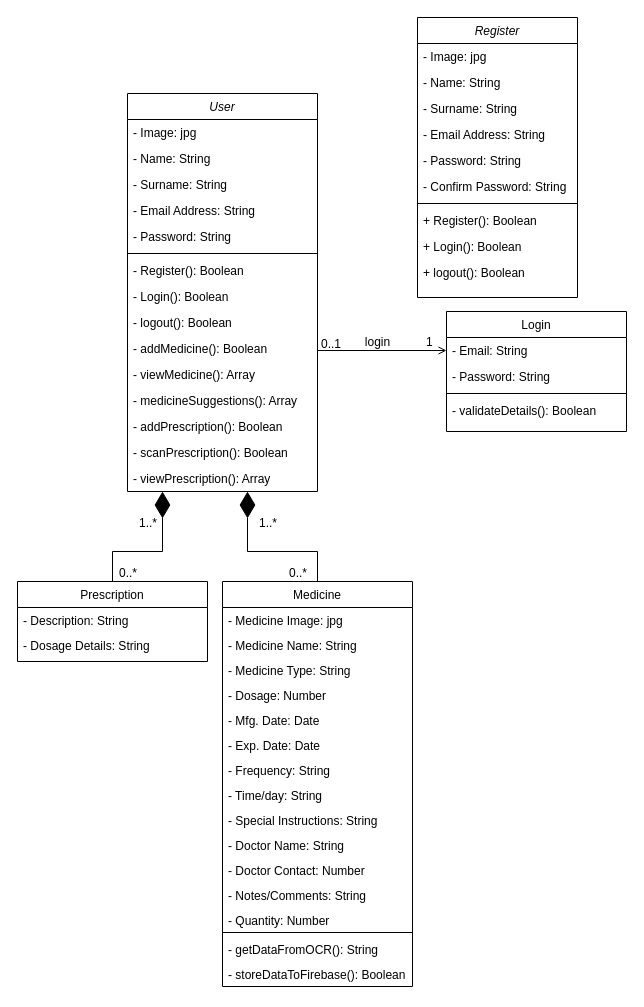
Before: Class_Diagram.drawio in SJPatel123/CP-III, a draw.io diagram. Source tidied: cells renumbered, new cells numbered last; positions are measured from the earlier drawing's top-left corner, leaving out a move shared by most shapes. Both pictures are drawn from the tidied source at 100%, with x=0, y=0 at pixel (17, 17).
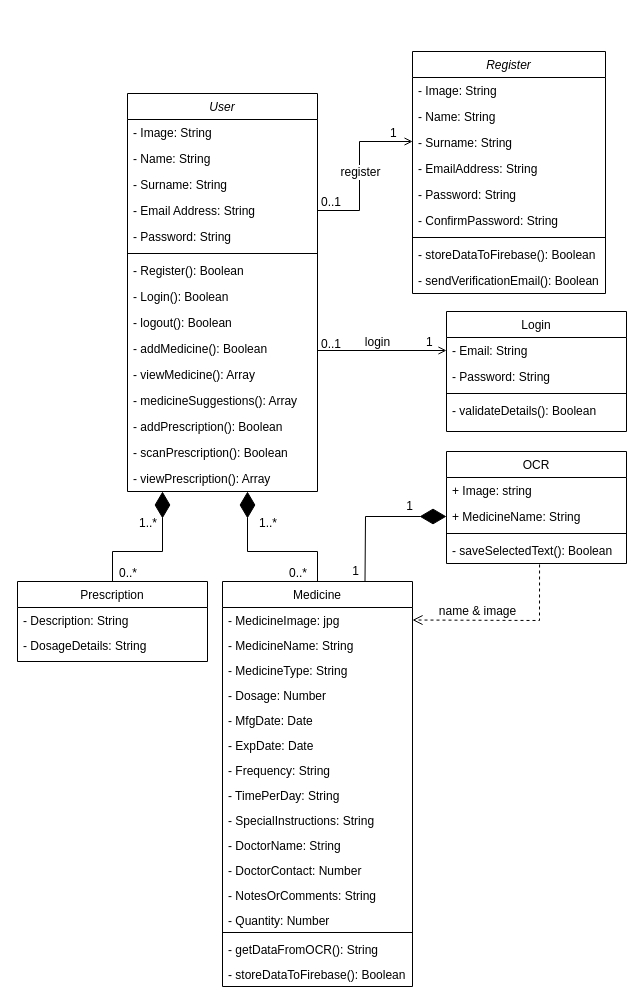
After the change.

Unchanged cells that the change refers to:
```xml
<mxCell id="2" value="User" style="swimlane;fontStyle=2;align=center;verticalAlign=top;horizontal=1;startSize=26;rounded=0;shadow=0;strokeWidth=1;" parent="1" vertex="1">
  <mxGeometry x="110" y="76" width="190" height="398" as="geometry" />
</mxCell>
<mxCell id="6" value="- Email Address: String" style="text;align=left;verticalAlign=top;spacingLeft=4;spacingRight=4;overflow=hidden;points=[[0,0.5],[1,0.5]];portConstraint=eastwest;rounded=0;shadow=0;html=0;" parent="2" vertex="1">
  <mxGeometry y="104" width="190" height="26" as="geometry" />
</mxCell>
<mxCell id="18" value="Medicine" style="swimlane;fontStyle=0;align=center;verticalAlign=top;horizontal=1;startSize=26;rounded=0;shadow=0;strokeWidth=1;" parent="1" vertex="1">
  <mxGeometry x="205" y="564" width="190" height="405" as="geometry" />
</mxCell>
<mxCell id="35" value="Prescription" style="swimlane;fontStyle=0;align=center;verticalAlign=top;horizontal=1;startSize=26;rounded=0;shadow=0;strokeWidth=1;" parent="1" vertex="1">
  <mxGeometry y="564" width="190" height="80" as="geometry" />
</mxCell>
```

Change to the diagram source:
```diff
@@
-    <mxCell id="3" value="- Image: jpg" style="text;align=left;verticalAlign=top;spacingLeft=4;spacingRight=4;overflow=hidden;" parent="2" vertex="1">
+    <mxCell id="3" value="- Image: String" style="text;align=left;verticalAlign=top;spacingLeft=4;spacingRight=4;overflow=hidden;" parent="2" vertex="1">
       <mxGeometry y="26" width="190" height="26" as="geometry" />
     </mxCell>
@@
-    <mxCell id="19" value="- Medicine Image: jpg" style="text;align=left;verticalAlign=top;spacingLeft=4;spacingRight=4;overflow=hidden;points=[[0,0.5],[1,0.5]];portConstraint=eastwest;" parent="18" vertex="1">
+    <mxCell id="19" value="- MedicineImage: jpg" style="text;align=left;verticalAlign=top;spacingLeft=4;spacingRight=4;overflow=hidden;points=[[0,0.5],[1,0.5]];portConstraint=eastwest;" parent="18" vertex="1">
       <mxGeometry y="26" width="190" height="25" as="geometry" />
     </mxCell>
-    <mxCell id="20" value="- Medicine Name: String" style="text;align=left;verticalAlign=top;spacingLeft=4;spacingRight=4;overflow=hidden;" parent="18" vertex="1">
+    <mxCell id="20" value="- MedicineName: String" style="text;align=left;verticalAlign=top;spacingLeft=4;spacingRight=4;overflow=hidden;" parent="18" vertex="1">
       <mxGeometry y="51" width="190" height="25" as="geometry" />
     </mxCell>
-    <mxCell id="21" value="- Medicine Type: String" style="text;align=left;verticalAlign=top;spacingLeft=4;spacingRight=4;overflow=hidden;" parent="18" vertex="1">
+    <mxCell id="21" value="- MedicineType: String" style="text;align=left;verticalAlign=top;spacingLeft=4;spacingRight=4;overflow=hidden;" parent="18" vertex="1">
       <mxGeometry y="76" width="190" height="25" as="geometry" />
     </mxCell>
@@
-    <mxCell id="23" value="- Mfg. Date: Date" style="text;align=left;verticalAlign=top;spacingLeft=4;spacingRight=4;overflow=hidden;rounded=0;shadow=0;html=0;" parent="18" vertex="1">
+    <mxCell id="23" value="- MfgDate: Date" style="text;align=left;verticalAlign=top;spacingLeft=4;spacingRight=4;overflow=hidden;rounded=0;shadow=0;html=0;" parent="18" vertex="1">
       <mxGeometry y="126" width="190" height="25" as="geometry" />
     </mxCell>
-    <mxCell id="24" value="- Exp. Date: Date" style="text;align=left;verticalAlign=top;spacingLeft=4;spacingRight=4;overflow=hidden;rounded=0;shadow=0;html=0;" parent="18" vertex="1">
+    <mxCell id="24" value="- ExpDate: Date" style="text;align=left;verticalAlign=top;spacingLeft=4;spacingRight=4;overflow=hidden;rounded=0;shadow=0;html=0;" parent="18" vertex="1">
       <mxGeometry y="151" width="190" height="25" as="geometry" />
     </mxCell>
@@
-    <mxCell id="26" value="- Time/day: String" style="text;align=left;verticalAlign=top;spacingLeft=4;spacingRight=4;overflow=hidden;rounded=0;shadow=0;html=0;" parent="18" vertex="1">
+    <mxCell id="26" value="- TimePerDay: String" style="text;align=left;verticalAlign=top;spacingLeft=4;spacingRight=4;overflow=hidden;rounded=0;shadow=0;html=0;" parent="18" vertex="1">
       <mxGeometry y="201" width="190" height="25" as="geometry" />
     </mxCell>
-    <mxCell id="27" value="- Special Instructions: String" style="text;align=left;verticalAlign=top;spacingLeft=4;spacingRight=4;overflow=hidden;rounded=0;shadow=0;html=0;" parent="18" vertex="1">
+    <mxCell id="27" value="- SpecialInstructions: String" style="text;align=left;verticalAlign=top;spacingLeft=4;spacingRight=4;overflow=hidden;rounded=0;shadow=0;html=0;" parent="18" vertex="1">
       <mxGeometry y="226" width="190" height="25" as="geometry" />
     </mxCell>
-    <mxCell id="28" value="- Doctor Name: String" style="text;align=left;verticalAlign=top;spacingLeft=4;spacingRight=4;overflow=hidden;rounded=0;shadow=0;html=0;" parent="18" vertex="1">
+    <mxCell id="28" value="- DoctorName: String" style="text;align=left;verticalAlign=top;spacingLeft=4;spacingRight=4;overflow=hidden;rounded=0;shadow=0;html=0;" parent="18" vertex="1">
       <mxGeometry y="251" width="190" height="25" as="geometry" />
     </mxCell>
-    <mxCell id="29" value="- Doctor Contact: Number" style="text;align=left;verticalAlign=top;spacingLeft=4;spacingRight=4;overflow=hidden;rounded=0;shadow=0;html=0;" parent="18" vertex="1">
+    <mxCell id="29" value="- DoctorContact: Number" style="text;align=left;verticalAlign=top;spacingLeft=4;spacingRight=4;overflow=hidden;rounded=0;shadow=0;html=0;" parent="18" vertex="1">
       <mxGeometry y="276" width="190" height="25" as="geometry" />
     </mxCell>
-    <mxCell id="30" value="- Notes/Comments: String" style="text;align=left;verticalAlign=top;spacingLeft=4;spacingRight=4;overflow=hidden;rounded=0;shadow=0;html=0;" parent="18" vertex="1">
+    <mxCell id="30" value="- NotesOrComments: String" style="text;align=left;verticalAlign=top;spacingLeft=4;spacingRight=4;overflow=hidden;rounded=0;shadow=0;html=0;" parent="18" vertex="1">
       <mxGeometry y="301" width="190" height="25" as="geometry" />
     </mxCell>
@@
-    <mxCell id="37" value="- Dosage Details: String" style="text;align=left;verticalAlign=top;spacingLeft=4;spacingRight=4;overflow=hidden;rounded=0;shadow=0;html=0;" parent="35" vertex="1">
+    <mxCell id="37" value="- DosageDetails: String" style="text;align=left;verticalAlign=top;spacingLeft=4;spacingRight=4;overflow=hidden;rounded=0;shadow=0;html=0;" parent="35" vertex="1">
       <mxGeometry y="51" width="190" height="25" as="geometry" />
     </mxCell>
@@
     <mxCell id="51" value="Register" style="swimlane;fontStyle=2;align=center;verticalAlign=top;horizontal=1;startSize=26;rounded=0;shadow=0;strokeWidth=1;" parent="1" vertex="1">
-      <mxGeometry x="400" width="160" height="280" as="geometry" />
+      <mxGeometry x="395" y="34" width="193" height="242" as="geometry" />
     </mxCell>
-    <mxCell id="52" value="- Image: jpg" style="text;align=left;verticalAlign=top;spacingLeft=4;spacingRight=4;overflow=hidden;" parent="51" vertex="1">
-      <mxGeometry y="26" width="160" height="26" as="geometry" />
+    <mxCell id="52" value="- Image: String" style="text;align=left;verticalAlign=top;spacingLeft=4;spacingRight=4;overflow=hidden;" parent="51" vertex="1">
+      <mxGeometry y="26" width="193" height="26" as="geometry" />
     </mxCell>
     <mxCell id="53" value="- Name: String" style="text;align=left;verticalAlign=top;spacingLeft=4;spacingRight=4;overflow=hidden;" parent="51" vertex="1">
-      <mxGeometry y="52" width="160" height="26" as="geometry" />
+      <mxGeometry y="52" width="193" height="26" as="geometry" />
     </mxCell>
     <mxCell id="54" value="- Surname: String" style="text;align=left;verticalAlign=top;spacingLeft=4;spacingRight=4;overflow=hidden;rounded=0;shadow=0;html=0;" parent="51" vertex="1">
-      <mxGeometry y="78" width="160" height="26" as="geometry" />
+      <mxGeometry y="78" width="193" height="26" as="geometry" />
     </mxCell>
-    <mxCell id="55" value="- Email Address: String" style="text;align=left;verticalAlign=top;spacingLeft=4;spacingRight=4;overflow=hidden;rounded=0;shadow=0;html=0;" parent="51" vertex="1">
-      <mxGeometry y="104" width="160" height="26" as="geometry" />
+    <mxCell id="55" value="- EmailAddress: String" style="text;align=left;verticalAlign=top;spacingLeft=4;spacingRight=4;overflow=hidden;rounded=0;shadow=0;html=0;" parent="51" vertex="1">
+      <mxGeometry y="104" width="193" height="26" as="geometry" />
     </mxCell>
     <mxCell id="56" value="- Password: String" style="text;align=left;verticalAlign=top;spacingLeft=4;spacingRight=4;overflow=hidden;rounded=0;shadow=0;html=0;" parent="51" vertex="1">
-      <mxGeometry y="130" width="160" height="26" as="geometry" />
+      <mxGeometry y="130" width="193" height="26" as="geometry" />
     </mxCell>
-    <mxCell id="57" value="- Confirm Password: String" style="text;align=left;verticalAlign=top;spacingLeft=4;spacingRight=4;overflow=hidden;rounded=0;shadow=0;html=0;" parent="51" vertex="1">
-      <mxGeometry y="156" width="160" height="26" as="geometry" />
+    <mxCell id="57" value="- ConfirmPassword: String" style="text;align=left;verticalAlign=top;spacingLeft=4;spacingRight=4;overflow=hidden;rounded=0;shadow=0;html=0;" parent="51" vertex="1">
+      <mxGeometry y="156" width="193" height="26" as="geometry" />
     </mxCell>
     <mxCell id="58" style="line;html=1;strokeWidth=1;align=left;verticalAlign=middle;spacingTop=-1;spacingLeft=3;spacingRight=3;labelPosition=right;" parent="51" vertex="1">
-      <mxGeometry y="182" width="160" height="8" as="geometry" />
+      <mxGeometry y="182" width="193" height="8" as="geometry" />
     </mxCell>
-    <mxCell id="59" value="+ Register(): Boolean" style="text;align=left;verticalAlign=top;spacingLeft=4;spacingRight=4;overflow=hidden;" parent="51" vertex="1">
-      <mxGeometry y="190" width="160" height="26" as="geometry" />
+    <mxCell id="59" value="- storeDataToFirebase(): Boolean" style="text;align=left;verticalAlign=top;spacingLeft=4;spacingRight=4;overflow=hidden;" parent="51" vertex="1">
+      <mxGeometry y="190" width="193" height="26" as="geometry" />
     </mxCell>
-    <mxCell id="60" value="+ Login(): Boolean" style="text;align=left;verticalAlign=top;spacingLeft=4;spacingRight=4;overflow=hidden;" parent="51" vertex="1">
-      <mxGeometry y="216" width="160" height="26" as="geometry" />
-    </mxCell>
-    <mxCell id="61" value="+ logout(): Boolean" style="text;align=left;verticalAlign=top;spacingLeft=4;spacingRight=4;overflow=hidden;" parent="51" vertex="1">
-      <mxGeometry y="242" width="160" height="26" as="geometry" />
-    </mxCell>
+    <mxCell id="64" value="- sendVerificationEmail(): Boolean" style="text;align=left;verticalAlign=top;spacingLeft=4;spacingRight=4;overflow=hidden;" parent="51" vertex="1">
+      <mxGeometry y="216" width="193" height="26" as="geometry" />
+    </mxCell>
@@
+    <mxCell id="65" value="OCR" style="swimlane;fontStyle=0;align=center;verticalAlign=top;horizontal=1;startSize=26;rounded=0;shadow=0;strokeWidth=1;" parent="1" vertex="1">
+      <mxGeometry x="429" y="434" width="180" height="112" as="geometry" />
+    </mxCell>
+    <mxCell id="66" value="+ Image: string" style="text;align=left;verticalAlign=top;spacingLeft=4;spacingRight=4;overflow=hidden;rounded=0;shadow=0;html=0;" parent="65" vertex="1">
+      <mxGeometry y="26" width="180" height="26" as="geometry" />
+    </mxCell>
+    <mxCell id="67" value="+ MedicineName: String" style="text;align=left;verticalAlign=top;spacingLeft=4;spacingRight=4;overflow=hidden;points=[[0,0.5],[1,0.5]];portConstraint=eastwest;rounded=0;shadow=0;html=0;" parent="65" vertex="1">
+      <mxGeometry y="52" width="180" height="26" as="geometry" />
+    </mxCell>
+    <mxCell id="68" style="line;html=1;strokeWidth=1;align=left;verticalAlign=middle;spacingTop=-1;spacingLeft=3;spacingRight=3;labelPosition=right;" parent="65" vertex="1">
+      <mxGeometry y="78" width="180" height="8" as="geometry" />
+    </mxCell>
+    <mxCell id="69" value="- saveSelectedText(): Boolean" style="text;align=left;verticalAlign=top;spacingLeft=4;spacingRight=4;overflow=hidden;points=[[0,0.5],[1,0.5]];portConstraint=eastwest;" parent="65" vertex="1">
+      <mxGeometry y="86" width="180" height="26" as="geometry" />
+    </mxCell>
+    <mxCell id="70" style="endArrow=open;shadow=0;strokeWidth=1;rounded=0;endFill=1;edgeStyle=elbowEdgeStyle;elbow=horizontal;entryX=-0.01;entryY=0.231;entryDx=0;entryDy=0;entryPerimeter=0;exitX=1;exitY=0.5;exitDx=0;exitDy=0;" parent="1" edge="1" source="6">
+      <mxGeometry x="0.5" y="41" relative="1" as="geometry">
+        <mxPoint x="395.1" y="124" as="targetPoint" />
+        <Array as="points">
+          <mxPoint x="342" y="124" />
+        </Array>
+        <mxPoint x="-40" y="32" as="offset" />
+      </mxGeometry>
+    </mxCell>
+    <mxCell id="71" value="0..1" style="align=left;verticalAlign=bottom;labelBackgroundColor=none;fontSize=12;" parent="70" vertex="1">
+      <mxGeometry x="-1" relative="1" as="geometry">
+        <mxPoint x="2" as="offset" />
+      </mxGeometry>
+    </mxCell>
+    <mxCell id="72" value="register" style="edgeLabel;html=1;align=center;verticalAlign=middle;fontSize=12;fontFamily=Helvetica;fontColor=default;" parent="70" vertex="1">
+      <mxGeometry x="0.17" relative="1" as="geometry">
+        <mxPoint y="15" as="offset" />
+      </mxGeometry>
+    </mxCell>
+    <mxCell id="73" value="1" style="align=left;verticalAlign=bottom;labelBackgroundColor=none;fontSize=12;" parent="1" vertex="1">
+      <mxGeometry x="371" y="124" as="geometry" />
+    </mxCell>
+    <mxCell id="74" style="endArrow=diamondThin;endFill=1;endSize=24;html=1;rounded=0;fontFamily=Helvetica;fontSize=12;fontColor=default;entryX=0;entryY=0.5;entryDx=0;entryDy=0;exitX=0.75;exitY=0;exitDx=0;exitDy=0;" parent="1" edge="1" source="18" target="67">
+      <mxGeometry relative="1" as="geometry">
+        <Array as="points">
+          <mxPoint x="348" y="499" />
+        </Array>
+      </mxGeometry>
+    </mxCell>
+    <mxCell id="75" value="1" style="text;html=1;align=center;verticalAlign=middle;strokeColor=none;fillColor=none;fontSize=12;fontFamily=Helvetica;fontColor=default;" parent="1" vertex="1">
+      <mxGeometry x="323" y="539" width="30" height="30" as="geometry" />
+    </mxCell>
+    <mxCell id="76" value="1" style="text;html=1;align=center;verticalAlign=middle;strokeColor=none;fillColor=none;fontSize=12;fontFamily=Helvetica;fontColor=default;" parent="1" vertex="1">
+      <mxGeometry x="377" y="474" width="30" height="30" as="geometry" />
+    </mxCell>
+    <mxCell id="77" value="name &amp;amp; image" style="html=1;verticalAlign=bottom;endArrow=open;dashed=1;endSize=8;curved=0;rounded=0;fontFamily=Helvetica;fontSize=12;fontColor=default;exitX=0.517;exitY=1.038;exitDx=0;exitDy=0;exitPerimeter=0;entryX=1;entryY=0.5;entryDx=0;entryDy=0;" parent="1" edge="1" source="69" target="19">
+      <mxGeometry x="0.29" relative="1" as="geometry">
+        <Array as="points">
+          <mxPoint x="522" y="603" />
+        </Array>
+      </mxGeometry>
+    </mxCell>
```
